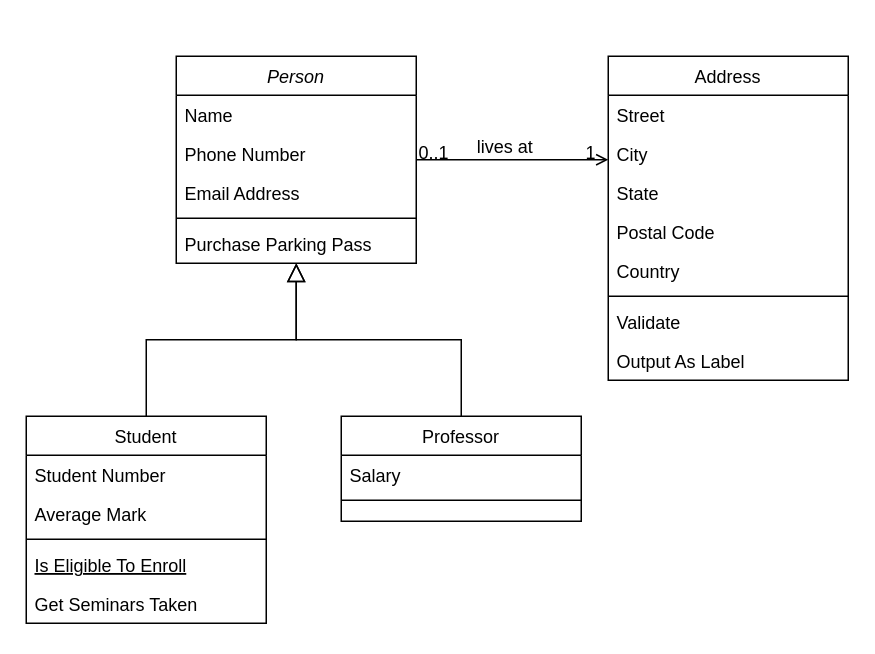
The draw.io diagram OnlineMarket.drawio in demetrebadzaradze/REPOSITORY, before the edit. Source tidied: cells renumbered, new cells numbered last; positions are measured from the earlier drawing's top-left corner, leaving out a move shared by most shapes. Both pictures are drawn from the tidied source at 150%, with x=0, y=0 at pixel (26, 56).
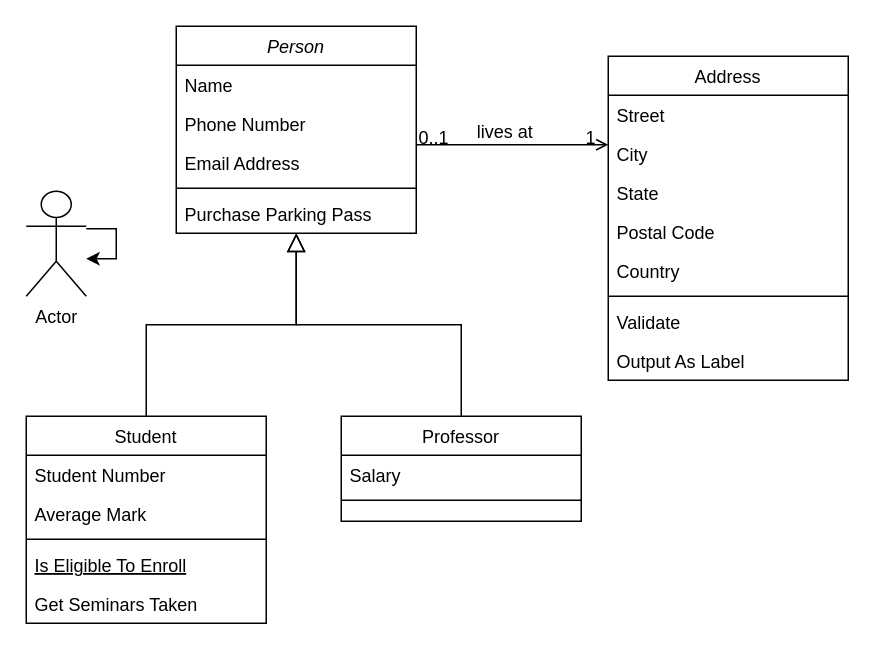
Above is the later version.

What changed in the source:
```diff
@@
     <mxCell id="2" value="Person" style="swimlane;fontStyle=2;align=center;verticalAlign=top;horizontal=1;startSize=26;rounded=0;shadow=0;strokeWidth=1;" parent="1" vertex="1">
-      <mxGeometry x="100" width="160" height="138" as="geometry" />
+      <mxGeometry x="100" y="-20" width="160" height="138" as="geometry" />
     </mxCell>
@@
+    <mxCell id="32" value="Actor" style="shape=umlActor;verticalLabelPosition=bottom;verticalAlign=top;html=1;outlineConnect=0;" parent="1" vertex="1">
+      <mxGeometry y="90" width="40" height="70" as="geometry" />
+    </mxCell>
+    <mxCell id="33" style="edgeStyle=orthogonalEdgeStyle;rounded=0;orthogonalLoop=1;jettySize=auto;html=1;" parent="1" edge="1" source="32" target="32">
+      <mxGeometry relative="1" as="geometry" />
+    </mxCell>
```
